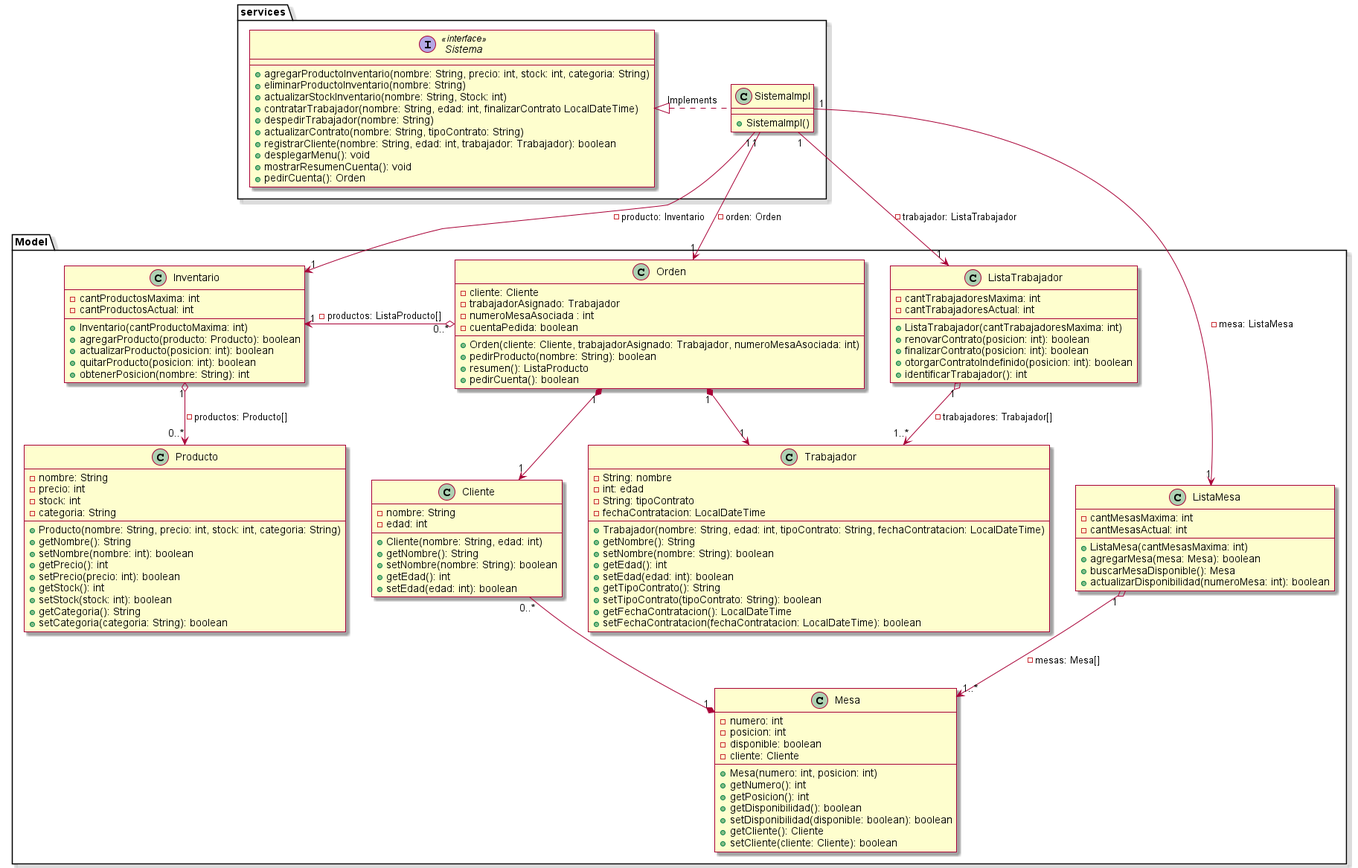
The PlantUML diagram src/Diagrama_Clases.png in DanielDiazVargas/Prog.Av._Taller-1, before a commit.
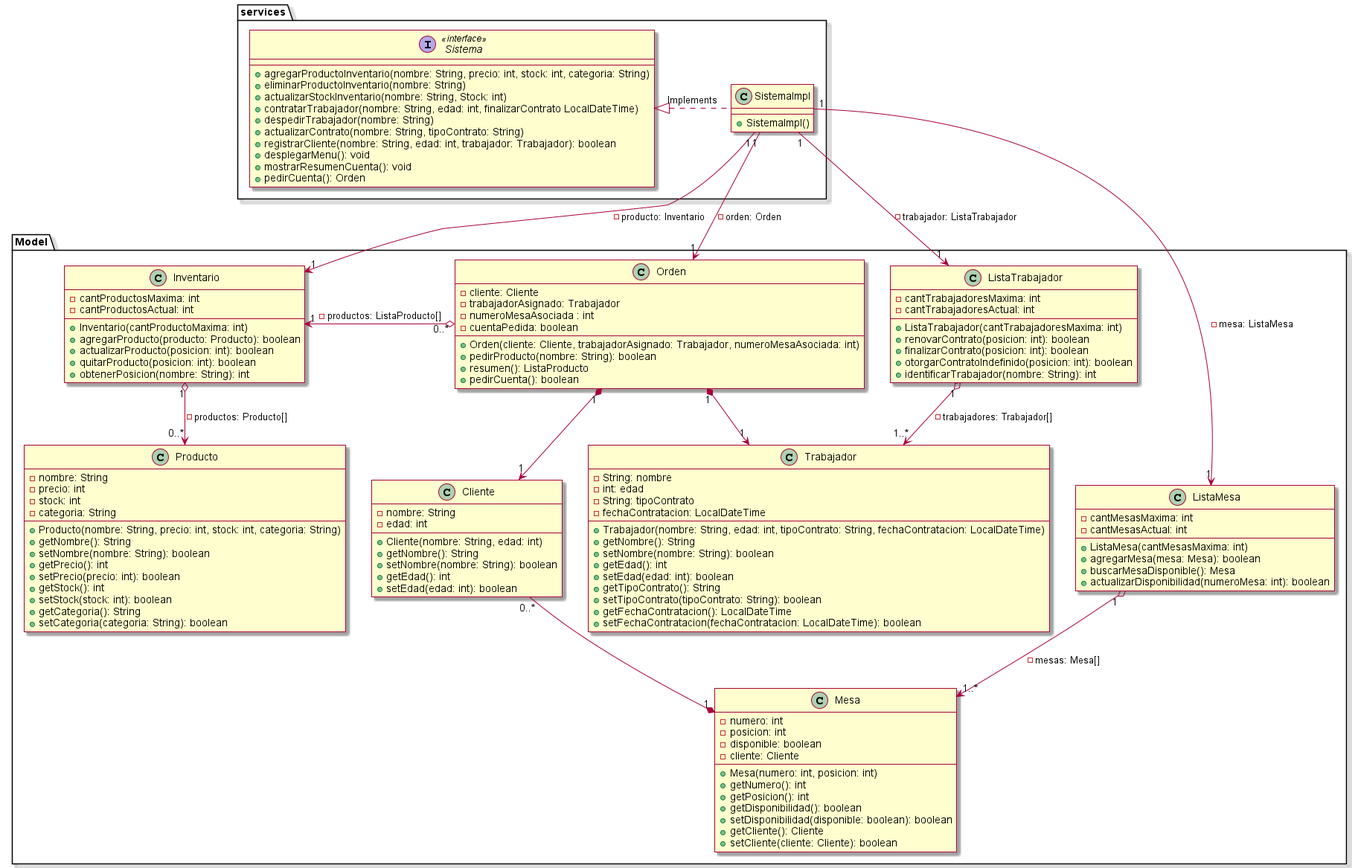
The same file after the commit.

What changed in the source:
```diff
@@ -99,7 +99,7 @@
         +renovarContrato(posicion: int): boolean
         +finalizarContrato(posicion: int): boolean
         +otorgarContratoIndefinido(posicion: int): boolean
-        +identificarTrabajador(): int
+        +identificarTrabajador(nombre: String): int
     }
 
     class Trabajador {
@@ -144,7 +144,7 @@
 
             +Producto(nombre: String, precio: int, stock: int, categoria: String)
             +getNombre(): String
-            +setNombre(nombre: int): boolean
+            +setNombre(nombre: String): boolean
             +getPrecio(): int
             +setPrecio(precio: int): boolean
             +getStock(): int
```
